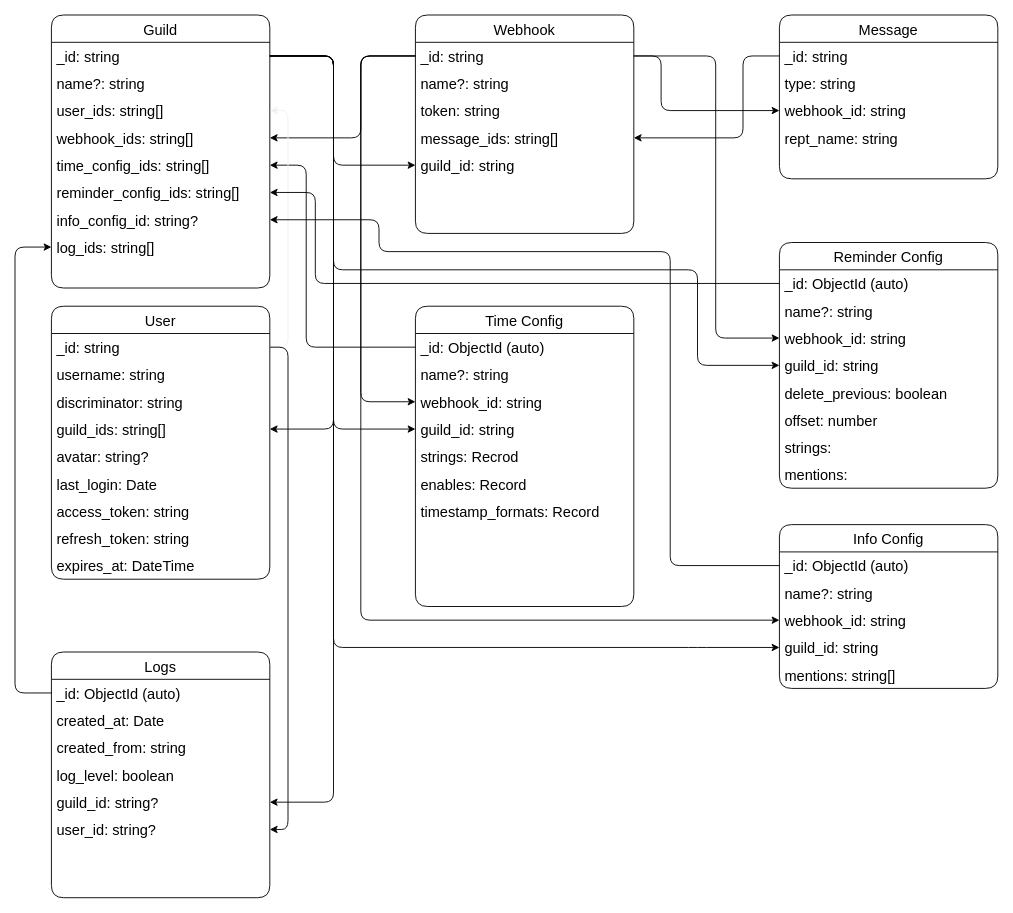
Above: page "v2" (1 of 2) of plans/database.drawio in PlutoyDev/sky-time (draw.io), before the change. Source tidied: cells renumbered, new cells numbered last; positions are measured from the earlier drawing's top-left corner, leaving out a move shared by most shapes. Both pictures are drawn from the tidied source at 91%, with x=0, y=0 at pixel (15, 15).
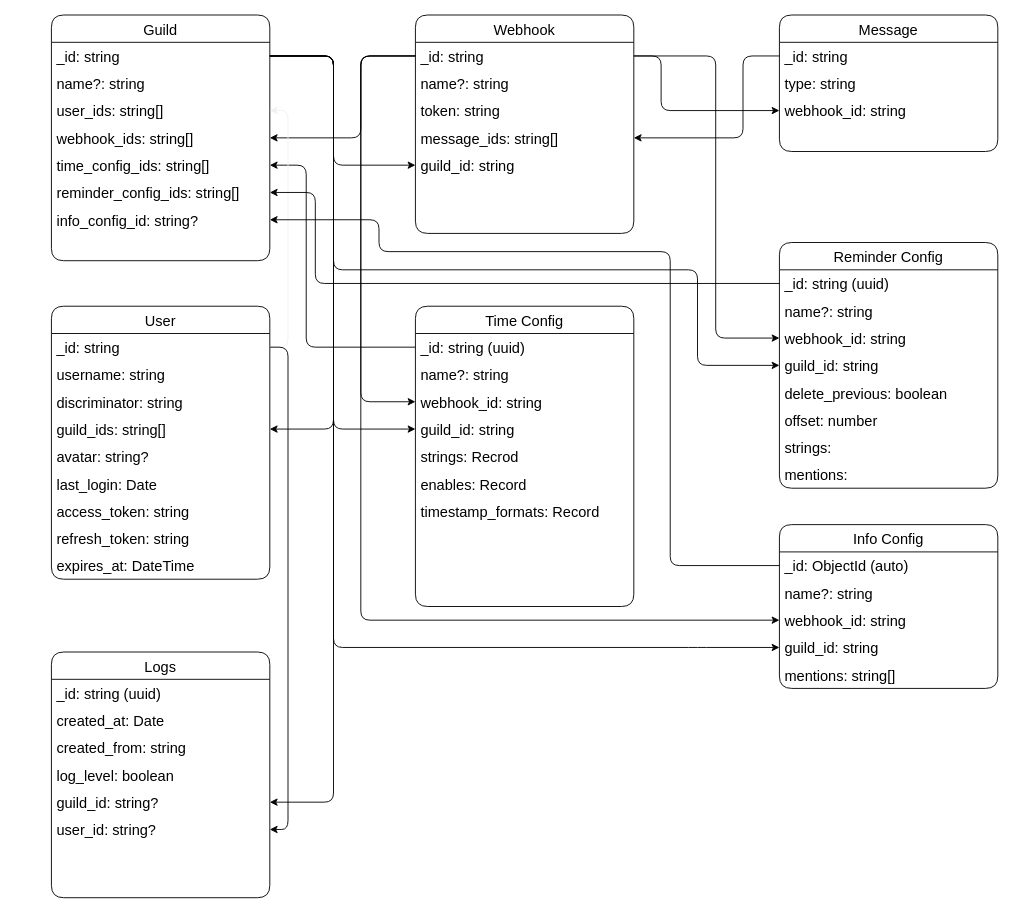
The same page after the edit.

Unchanged cells that the change refers to:
```xml
<mxCell id="29" value="Time Config" style="swimlane;fontStyle=0;horizontal=1;startSize=30;fontSize=16;glass=0;rounded=1;sketch=0;" parent="1" vertex="1">
  <mxGeometry x="440" y="320" width="240" height="330" as="geometry" />
</mxCell>
<mxCell id="46" value="Reminder Config" style="swimlane;fontStyle=0;horizontal=1;startSize=30;fontSize=16;glass=0;rounded=1;sketch=0;" parent="1" vertex="1">
  <mxGeometry x="840" y="250" width="240" height="270" as="geometry" />
</mxCell>
<mxCell id="55" value="Logs" style="swimlane;fontStyle=0;horizontal=1;startSize=30;fontSize=16;rounded=1;glass=0;swimlaneFillColor=none;sketch=0;" parent="1" vertex="1">
  <mxGeometry x="40" y="700" width="240" height="270" as="geometry" />
</mxCell>
```

Change to the diagram source:
```diff
@@
     <mxCell id="2" value="Guild" style="swimlane;fontStyle=0;horizontal=1;startSize=30;fontSize=16;rounded=1;glass=0;swimlaneFillColor=none;sketch=0;" parent="1" vertex="1">
-      <mxGeometry x="40" width="240" height="300" as="geometry" />
+      <mxGeometry x="40" width="240" height="270" as="geometry" />
     </mxCell>
@@
-    <mxCell id="10" value="log_ids: string[]" style="text;strokeColor=none;fillColor=none;align=left;verticalAlign=middle;spacingLeft=4;spacingRight=4;overflow=hidden;points=[[0,0.5],[1,0.5]];portConstraint=eastwest;fontSize=16;sketch=0;" parent="2" vertex="1">
-      <mxGeometry y="240" width="240" height="30" as="geometry" />
-    </mxCell>
     <mxCell id="11" style="text;strokeColor=none;fillColor=none;align=left;verticalAlign=middle;spacingLeft=4;spacingRight=4;overflow=hidden;fontSize=16;sketch=0;" parent="2" vertex="1">
-      <mxGeometry y="270" width="240" height="30" as="geometry" />
+      <mxGeometry y="240" width="240" height="30" as="geometry" />
     </mxCell>
@@
     <mxCell id="23" value="Message" style="swimlane;fontStyle=0;horizontal=1;startSize=30;fontSize=16;glass=0;rounded=1;sketch=0;" parent="1" vertex="1">
-      <mxGeometry x="840" width="240" height="180" as="geometry" />
+      <mxGeometry x="840" width="240" height="150" as="geometry" />
     </mxCell>
@@
-    <mxCell id="27" value="rept_name: string" style="text;strokeColor=none;fillColor=none;align=left;verticalAlign=middle;spacingLeft=4;spacingRight=4;overflow=hidden;fontSize=16;sketch=0;" parent="23" vertex="1">
-      <mxGeometry y="120" width="240" height="30" as="geometry" />
-    </mxCell>
     <mxCell id="28" style="text;strokeColor=none;fillColor=none;align=left;verticalAlign=middle;spacingLeft=4;spacingRight=4;overflow=hidden;fontSize=16;sketch=0;" parent="23" vertex="1">
-      <mxGeometry y="150" width="240" height="30" as="geometry" />
+      <mxGeometry y="120" width="240" height="30" as="geometry" />
     </mxCell>
@@
-    <mxCell id="30" value="_id: ObjectId (auto)" style="text;strokeColor=none;fillColor=none;align=left;verticalAlign=middle;spacingLeft=4;spacingRight=4;overflow=hidden;points=[[0,0.5],[1,0.5]];portConstraint=eastwest;fontSize=16;sketch=0;" parent="29" vertex="1">
+    <mxCell id="30" value="_id: string (uuid)" style="text;strokeColor=none;fillColor=none;align=left;verticalAlign=middle;spacingLeft=4;spacingRight=4;overflow=hidden;points=[[0,0.5],[1,0.5]];portConstraint=eastwest;fontSize=16;sketch=0;" parent="29" vertex="1">
       <mxGeometry y="30" width="240" height="30" as="geometry" />
     </mxCell>
@@
-    <mxCell id="47" value="_id: ObjectId (auto)" style="text;strokeColor=none;fillColor=none;align=left;verticalAlign=middle;spacingLeft=4;spacingRight=4;overflow=hidden;points=[[0,0.5],[1,0.5]];portConstraint=eastwest;fontSize=16;sketch=0;" parent="46" vertex="1">
+    <mxCell id="47" value="_id: string (uuid)" style="text;strokeColor=none;fillColor=none;align=left;verticalAlign=middle;spacingLeft=4;spacingRight=4;overflow=hidden;points=[[0,0.5],[1,0.5]];portConstraint=eastwest;fontSize=16;sketch=0;" parent="46" vertex="1">
       <mxGeometry y="30" width="240" height="30" as="geometry" />
     </mxCell>
@@
-    <mxCell id="56" value="_id: ObjectId (auto)" style="text;strokeColor=none;fillColor=none;align=left;verticalAlign=middle;spacingLeft=4;spacingRight=4;overflow=hidden;points=[[0,0.5],[1,0.5]];portConstraint=eastwest;fontSize=16;sketch=0;" parent="55" vertex="1">
+    <mxCell id="56" value="_id: string (uuid)" style="text;strokeColor=none;fillColor=none;align=left;verticalAlign=middle;spacingLeft=4;spacingRight=4;overflow=hidden;points=[[0,0.5],[1,0.5]];portConstraint=eastwest;fontSize=16;sketch=0;" parent="55" vertex="1">
       <mxGeometry y="30" width="240" height="30" as="geometry" />
     </mxCell>
@@
-    <mxCell id="88" style="endArrow=classic;html=1;" parent="1" edge="1" source="56" target="10">
-      <mxGeometry relative="1" as="geometry">
-        <Array as="points">
-          <mxPoint y="745" />
-          <mxPoint y="255" />
-        </Array>
-      </mxGeometry>
-    </mxCell>
```
